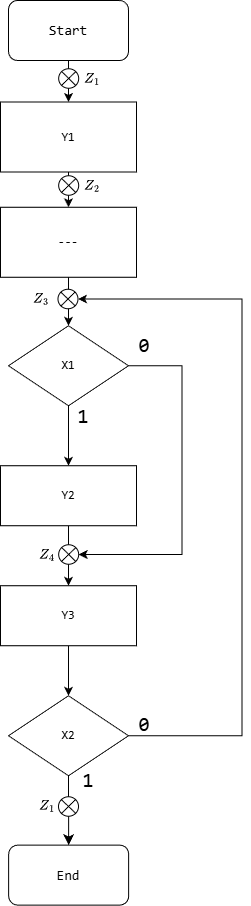
The draw.io diagram semestr4/CA1 (Computer Architecture Part 1)/labs/lab1/media/png files/alg2.png in davidchyk/university_roadmap, before a commit. Source tidied: cells renumbered, new cells last; positions are measured from the earlier drawing's top-left corner, leaving out a move shared by most shapes.
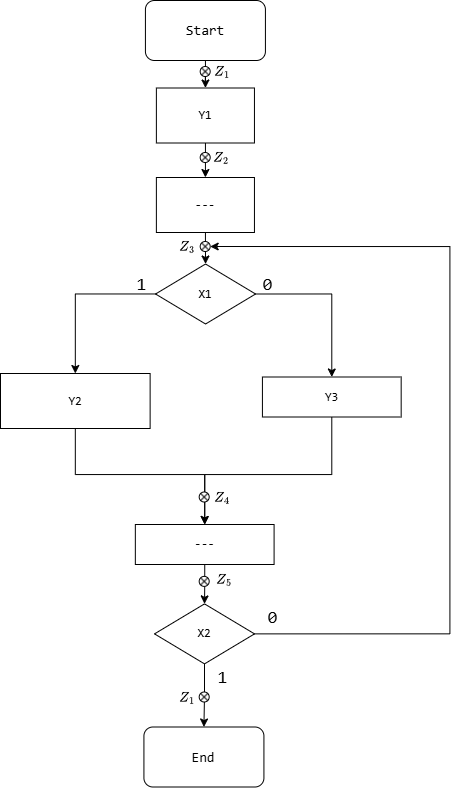
Above is the later version.

The edit, as a diff of the source:
```diff
@@ -2,115 +2,126 @@
   <root>
     <mxCell id="0" />
     <mxCell id="1" parent="0" />
-    <mxCell id="2" style="edgeStyle=orthogonalEdgeStyle;rounded=0;jettySize=auto;html=1;exitX=0.5;exitY=1;exitDx=0;exitDy=0;entryX=0.5;entryY=0;entryDx=0;entryDy=0;" parent="1" edge="1" source="21" target="4">
-      <mxGeometry relative="1" as="geometry" />
-    </mxCell>
-    <mxCell id="3" style="edgeStyle=orthogonalEdgeStyle;rounded=0;jettySize=auto;html=1;entryX=0.5;entryY=0;entryDx=0;entryDy=0;" parent="1" edge="1" source="4" target="24">
-      <mxGeometry relative="1" as="geometry" />
-    </mxCell>
+    <mxCell id="35" style="edgeStyle=orthogonalEdgeStyle;rounded=0;jettySize=auto;html=1;entryX=0.5;entryY=0;entryDx=0;entryDy=0;" parent="1" edge="1" source="4" target="44">
+      <mxGeometry relative="1" as="geometry" />
+    </mxCell>
     <mxCell id="4" value="&lt;font face=&quot;Consolas&quot;&gt;Y1&lt;/font&gt;" style="rounded=0;whiteSpace=wrap;html=1;" parent="1" vertex="1">
-      <mxGeometry y="101.5" width="136" height="70" as="geometry" />
+      <mxGeometry x="85.9" y="177.5" width="98.1" height="55" as="geometry" />
     </mxCell>
-    <mxCell id="5" style="edgeStyle=orthogonalEdgeStyle;rounded=0;jettySize=auto;html=1;exitX=0.5;exitY=1;exitDx=0;exitDy=0;entryX=0.5;entryY=0;entryDx=0;entryDy=0;" parent="1" edge="1" source="7" target="9">
+    <mxCell id="5" style="edgeStyle=orthogonalEdgeStyle;rounded=0;jettySize=auto;html=1;entryX=0.5;entryY=0;entryDx=0;entryDy=0;" parent="1" edge="1" source="7" target="9">
       <mxGeometry relative="1" as="geometry" />
     </mxCell>
-    <mxCell id="6" style="edgeStyle=orthogonalEdgeStyle;rounded=0;jettySize=auto;html=1;entryX=1;entryY=0.5;entryDx=0;entryDy=0;exitX=1;exitY=0.5;exitDx=0;exitDy=0;" parent="1" edge="1" source="7" target="28">
-      <mxGeometry relative="1" as="geometry">
-        <Array as="points">
-          <mxPoint x="181.5" y="365.2" />
-          <mxPoint x="181.5" y="554.2" />
-        </Array>
-      </mxGeometry>
-    </mxCell>
+    <mxCell id="36" style="edgeStyle=orthogonalEdgeStyle;rounded=0;jettySize=auto;html=1;exitX=1;exitY=0.5;exitDx=0;exitDy=0;entryX=0.5;entryY=0;entryDx=0;entryDy=0;" parent="1" edge="1" source="7" target="16">
+      <mxGeometry relative="1" as="geometry" />
+    </mxCell>
-    <mxCell id="7" value="&lt;font face=&quot;Consolas&quot;&gt;X1&lt;/font&gt;" style="rhombus;whiteSpace=wrap;html=1;" parent="1" vertex="1">
-      <mxGeometry x="8" y="325.2" width="120" height="80" as="geometry" />
+    <mxCell id="7" value="&lt;span style=&quot;font-family: Consolas;&quot;&gt;X1&lt;/span&gt;" style="rhombus;whiteSpace=wrap;html=1;" parent="1" vertex="1">
+      <mxGeometry x="85.1" y="353.5" width="100" height="60" as="geometry" />
     </mxCell>
-    <mxCell id="8" style="edgeStyle=orthogonalEdgeStyle;rounded=0;jettySize=auto;html=1;exitX=0.5;exitY=1;exitDx=0;exitDy=0;entryX=0.5;entryY=0;entryDx=0;entryDy=0;" parent="1" edge="1" source="9" target="16">
-      <mxGeometry relative="1" as="geometry" />
-    </mxCell>
+    <mxCell id="37" style="edgeStyle=orthogonalEdgeStyle;rounded=0;jettySize=auto;html=1;entryX=0.5;entryY=0;entryDx=0;entryDy=0;" parent="1" edge="1" source="9" target="46">
+      <mxGeometry relative="1" as="geometry">
+        <Array as="points">
+          <mxPoint x="4.4" y="564" />
+          <mxPoint x="134.4" y="564" />
+        </Array>
+      </mxGeometry>
+    </mxCell>
-    <mxCell id="9" value="&lt;div&gt;&lt;div&gt;&lt;font face=&quot;Consolas&quot;&gt;Y2&lt;/font&gt;&lt;/div&gt;&lt;/div&gt;" style="rounded=0;whiteSpace=wrap;html=1;" parent="1" vertex="1">
-      <mxGeometry y="465.2" width="136" height="60" as="geometry" />
+    <mxCell id="9" value="&lt;font face=&quot;Consolas&quot;&gt;Y2&lt;/font&gt;" style="rounded=0;whiteSpace=wrap;html=1;" parent="1" vertex="1">
+      <mxGeometry x="-70" y="463" width="149.6" height="55" as="geometry" />
     </mxCell>
-    <mxCell id="10" value="&lt;font face=&quot;Consolas&quot;&gt;0&lt;/font&gt;" style="text;html=1;strokeColor=none;fillColor=none;align=center;verticalAlign=middle;whiteSpace=wrap;rounded=0;fontSize=20;" parent="1" vertex="1">
-      <mxGeometry x="124" y="713.8" width="40" height="20" as="geometry" />
-    </mxCell>
-    <mxCell id="11" value="&lt;font face=&quot;Consolas&quot;&gt;1&lt;/font&gt;" style="text;html=1;strokeColor=none;fillColor=none;align=center;verticalAlign=middle;whiteSpace=wrap;rounded=0;fontSize=20;" parent="1" vertex="1">
-      <mxGeometry x="68.4" y="770" width="40" height="20" as="geometry" />
-    </mxCell>
-    <mxCell id="12" value="&lt;font face=&quot;Consolas&quot;&gt;0&lt;/font&gt;" style="text;html=1;strokeColor=none;fillColor=none;align=center;verticalAlign=middle;whiteSpace=wrap;rounded=0;fontSize=20;" parent="1" vertex="1">
-      <mxGeometry x="124" y="335.2" width="40" height="20" as="geometry" />
-    </mxCell>
-    <mxCell id="13" style="edgeStyle=orthogonalEdgeStyle;rounded=0;orthogonalLoop=1;jettySize=auto;html=1;exitX=0.5;exitY=1;exitDx=0;exitDy=0;fontSize=20;" parent="1" edge="1" source="11" target="11">
-      <mxGeometry relative="1" as="geometry" />
-    </mxCell>
-    <mxCell id="14" value="&lt;font face=&quot;Consolas&quot;&gt;1&lt;/font&gt;" style="text;html=1;strokeColor=none;fillColor=none;align=center;verticalAlign=middle;whiteSpace=wrap;rounded=0;fontSize=20;" parent="1" vertex="1">
-      <mxGeometry x="63" y="406.2" width="40" height="20" as="geometry" />
-    </mxCell>
-    <mxCell id="15" style="edgeStyle=orthogonalEdgeStyle;rounded=0;jettySize=auto;html=1;exitX=0.5;exitY=1;exitDx=0;exitDy=0;entryX=0.5;entryY=0;entryDx=0;entryDy=0;" parent="1" edge="1" source="16" target="19">
-      <mxGeometry relative="1" as="geometry" />
-    </mxCell>
-    <mxCell id="16" value="&lt;font face=&quot;Consolas&quot;&gt;Y3&lt;/font&gt;" style="rounded=0;whiteSpace=wrap;html=1;" parent="1" vertex="1">
-      <mxGeometry y="585.2" width="136" height="60" as="geometry" />
-    </mxCell>
-    <mxCell id="17" style="edgeStyle=none;curved=1;rounded=0;jettySize=auto;html=1;exitX=0.5;exitY=1;exitDx=0;exitDy=0;fontSize=12;startSize=8;endSize=8;entryX=0.5;entryY=0;entryDx=0;entryDy=0;" parent="1" edge="1" source="19" target="22">
+    <mxCell id="17" style="edgeStyle=orthogonalEdgeStyle;rounded=0;jettySize=auto;html=1;entryX=0.5;entryY=0;entryDx=0;entryDy=0;" parent="1" edge="1" source="19" target="22">
       <mxGeometry relative="1" as="geometry" />
     </mxCell>
-    <mxCell id="18" style="edgeStyle=orthogonalEdgeStyle;rounded=0;jettySize=auto;html=1;entryX=1;entryY=0.5;entryDx=0;entryDy=0;exitX=1;exitY=0.5;exitDx=0;exitDy=0;" parent="1" edge="1" source="19" target="27">
-      <mxGeometry relative="1" as="geometry">
-        <Array as="points">
-          <mxPoint x="241.5" y="735.2" />
-          <mxPoint x="241.5" y="298.2" />
-          <mxPoint x="77.5" y="298.2" />
-        </Array>
-      </mxGeometry>
-    </mxCell>
+    <mxCell id="38" style="edgeStyle=orthogonalEdgeStyle;rounded=0;jettySize=auto;html=1;entryX=1;entryY=0.5;entryDx=0;entryDy=0;exitX=1;exitY=0.5;exitDx=0;exitDy=0;" parent="1" edge="1" source="19" target="49">
+      <mxGeometry relative="1" as="geometry">
+        <Array as="points">
+          <mxPoint x="184.4" y="724" />
+          <mxPoint x="379.4" y="724" />
+          <mxPoint x="379.4" y="336" />
+        </Array>
+      </mxGeometry>
+    </mxCell>
     <mxCell id="19" value="&lt;font face=&quot;Consolas&quot;&gt;X2&lt;/font&gt;" style="rhombus;whiteSpace=wrap;html=1;" parent="1" vertex="1">
-      <mxGeometry x="8" y="695.2" width="120" height="80" as="geometry" />
+      <mxGeometry x="84" y="693.4" width="100" height="60" as="geometry" />
     </mxCell>
-    <mxCell id="20" style="edgeStyle=none;curved=1;rounded=0;orthogonalLoop=1;jettySize=auto;html=1;exitX=0.5;exitY=0;exitDx=0;exitDy=0;fontSize=12;startSize=8;endSize=8;" parent="1" edge="1" source="10" target="10">
-      <mxGeometry relative="1" as="geometry" />
-    </mxCell>
+    <mxCell id="39" value="&lt;font style=&quot;font-size: 18px;&quot; face=&quot;Consolas&quot;&gt;0&lt;/font&gt;" style="text;html=1;align=center;verticalAlign=middle;strokeColor=none;fillColor=none;" parent="1" vertex="1">
+      <mxGeometry x="187" y="687.4" width="30" height="40" as="geometry" />
+    </mxCell>
+    <mxCell id="40" value="&lt;font style=&quot;font-size: 18px;&quot; face=&quot;Consolas&quot;&gt;1&lt;/font&gt;" style="text;html=1;align=center;verticalAlign=middle;strokeColor=none;fillColor=none;" parent="1" vertex="1">
+      <mxGeometry x="137.4" y="746.5" width="30" height="40" as="geometry" />
+    </mxCell>
+    <mxCell id="41" value="&lt;font style=&quot;font-size: 18px;&quot; face=&quot;Consolas&quot;&gt;0&lt;/font&gt;" style="text;html=1;align=center;verticalAlign=middle;strokeColor=none;fillColor=none;" parent="1" vertex="1">
+      <mxGeometry x="182.2" y="353.5" width="30" height="40" as="geometry" />
+    </mxCell>
+    <mxCell id="42" value="&lt;font style=&quot;font-size: 18px;&quot; face=&quot;Consolas&quot;&gt;1&lt;/font&gt;" style="text;html=1;align=center;verticalAlign=middle;strokeColor=none;fillColor=none;" parent="1" vertex="1">
+      <mxGeometry x="55.9" y="353.5" width="30" height="40" as="geometry" />
+    </mxCell>
+    <mxCell id="2" style="edgeStyle=orthogonalEdgeStyle;rounded=0;jettySize=auto;html=1;entryX=0.5;entryY=0;entryDx=0;entryDy=0;" parent="1" edge="1" source="21" target="4">
+      <mxGeometry relative="1" as="geometry" />
+    </mxCell>
     <mxCell id="21" value="&lt;span style=&quot;font-size: 14px;&quot;&gt;&lt;font face=&quot;Consolas&quot;&gt;Start&lt;/font&gt;&lt;/span&gt;" style="rounded=1;whiteSpace=wrap;html=1;" parent="1" vertex="1">
-      <mxGeometry x="8" width="120" height="60" as="geometry" />
+      <mxGeometry x="74.9" y="90" width="120" height="60" as="geometry" />
     </mxCell>
     <mxCell id="22" value="&lt;span style=&quot;font-size: 14px;&quot;&gt;&lt;font face=&quot;Consolas&quot;&gt;End&lt;/font&gt;&lt;/span&gt;" style="rounded=1;whiteSpace=wrap;html=1;" parent="1" vertex="1">
-      <mxGeometry x="8.2" y="844.6" width="120" height="60" as="geometry" />
+      <mxGeometry x="73.4" y="816.5" width="120" height="60" as="geometry" />
     </mxCell>
-    <mxCell id="23" style="edgeStyle=orthogonalEdgeStyle;rounded=0;jettySize=auto;html=1;entryX=0.5;entryY=0;entryDx=0;entryDy=0;" parent="1" edge="1" source="24" target="7">
-      <mxGeometry relative="1" as="geometry" />
-    </mxCell>
-    <mxCell id="24" value="&lt;font face=&quot;Consolas&quot;&gt;---&lt;/font&gt;" style="rounded=0;whiteSpace=wrap;html=1;" parent="1" vertex="1">
-      <mxGeometry y="206.7" width="136" height="70" as="geometry" />
-    </mxCell>
-    <mxCell id="25" style="shape=sumEllipse;perimeter=ellipsePerimeter;whiteSpace=wrap;html=1;backgroundOutline=1;" parent="1" vertex="1">
-      <mxGeometry x="58.2" y="68.2" width="20" height="19.5" as="geometry" />
-    </mxCell>
-    <mxCell id="26" style="shape=sumEllipse;perimeter=ellipsePerimeter;whiteSpace=wrap;html=1;backgroundOutline=1;" parent="1" vertex="1">
-      <mxGeometry x="58.2" y="175.2" width="20" height="19.5" as="geometry" />
-    </mxCell>
-    <mxCell id="27" style="shape=sumEllipse;perimeter=ellipsePerimeter;whiteSpace=wrap;html=1;backgroundOutline=1;" parent="1" vertex="1">
-      <mxGeometry x="57.5" y="288.8" width="20" height="19.5" as="geometry" />
-    </mxCell>
-    <mxCell id="28" style="shape=sumEllipse;perimeter=ellipsePerimeter;whiteSpace=wrap;html=1;backgroundOutline=1;" parent="1" vertex="1">
-      <mxGeometry x="58.2" y="544.2" width="20" height="19.5" as="geometry" />
-    </mxCell>
-    <mxCell id="29" style="shape=sumEllipse;perimeter=ellipsePerimeter;whiteSpace=wrap;html=1;backgroundOutline=1;" parent="1" vertex="1">
-      <mxGeometry x="58" y="796.2" width="20" height="19.5" as="geometry" />
-    </mxCell>
-    <mxCell id="30" value="$$Z_1$$" style="text;html=1;whiteSpace=wrap;strokeColor=none;fillColor=none;align=center;verticalAlign=middle;rounded=0;" parent="1" vertex="1">
-      <mxGeometry x="62.4" y="63.2" width="60" height="30" as="geometry" />
-    </mxCell>
+    <mxCell id="16" value="&lt;font face=&quot;Consolas&quot;&gt;Y3&lt;/font&gt;" style="rounded=0;whiteSpace=wrap;html=1;" parent="1" vertex="1">
+      <mxGeometry x="191.9" y="466.5" width="138.8" height="40" as="geometry" />
+    </mxCell>
+    <mxCell id="43" style="edgeStyle=orthogonalEdgeStyle;rounded=0;jettySize=auto;html=1;entryX=0.5;entryY=0;entryDx=0;entryDy=0;" parent="1" edge="1" source="44" target="7">
+      <mxGeometry relative="1" as="geometry" />
+    </mxCell>
+    <mxCell id="44" value="&lt;font face=&quot;Consolas&quot;&gt;---&lt;/font&gt;" style="rounded=0;whiteSpace=wrap;html=1;" parent="1" vertex="1">
+      <mxGeometry x="85.9" y="267" width="98.1" height="55" as="geometry" />
+    </mxCell>
+    <mxCell id="45" style="edgeStyle=orthogonalEdgeStyle;rounded=0;jettySize=auto;html=1;entryX=0.5;entryY=0;entryDx=0;entryDy=0;" parent="1" edge="1" source="46" target="19">
+      <mxGeometry relative="1" as="geometry" />
+    </mxCell>
+    <mxCell id="46" value="&lt;font face=&quot;Consolas&quot;&gt;---&lt;/font&gt;" style="rounded=0;whiteSpace=wrap;html=1;" parent="1" vertex="1">
+      <mxGeometry x="64.8" y="614" width="138.8" height="40" as="geometry" />
+    </mxCell>
+    <mxCell id="47" style="shape=sumEllipse;perimeter=ellipsePerimeter;whiteSpace=wrap;html=1;backgroundOutline=1;" parent="1" vertex="1">
+      <mxGeometry x="129.7" y="156" width="10" height="10" as="geometry" />
+    </mxCell>
+    <mxCell id="48" style="shape=sumEllipse;perimeter=ellipsePerimeter;whiteSpace=wrap;html=1;backgroundOutline=1;" parent="1" vertex="1">
+      <mxGeometry x="129.7" y="242" width="10" height="10" as="geometry" />
+    </mxCell>
+    <mxCell id="49" style="shape=sumEllipse;perimeter=ellipsePerimeter;whiteSpace=wrap;html=1;backgroundOutline=1;" parent="1" vertex="1">
+      <mxGeometry x="129.7" y="331" width="10" height="10" as="geometry" />
+    </mxCell>
+    <mxCell id="50" style="edgeStyle=orthogonalEdgeStyle;rounded=0;jettySize=auto;html=1;entryX=0.5;entryY=0;entryDx=0;entryDy=0;" parent="1" edge="1" source="16" target="46">
+      <mxGeometry relative="1" as="geometry">
+        <Array as="points">
+          <mxPoint x="261.4" y="564" />
+          <mxPoint x="134.4" y="564" />
+        </Array>
+      </mxGeometry>
+    </mxCell>
+    <mxCell id="51" style="shape=sumEllipse;perimeter=ellipsePerimeter;whiteSpace=wrap;html=1;backgroundOutline=1;" parent="1" vertex="1">
+      <mxGeometry x="128.7" y="581.5" width="10" height="10" as="geometry" />
+    </mxCell>
+    <mxCell id="52" style="shape=sumEllipse;perimeter=ellipsePerimeter;whiteSpace=wrap;html=1;backgroundOutline=1;" parent="1" vertex="1">
+      <mxGeometry x="128.7" y="665.9" width="10" height="10" as="geometry" />
+    </mxCell>
+    <mxCell id="53" style="shape=sumEllipse;perimeter=ellipsePerimeter;whiteSpace=wrap;html=1;backgroundOutline=1;" parent="1" vertex="1">
+      <mxGeometry x="128.7" y="781.5" width="10" height="10" as="geometry" />
+    </mxCell>
+    <mxCell id="54" value="$$Z_1$$" style="text;html=1;whiteSpace=wrap;strokeColor=none;fillColor=none;align=center;verticalAlign=middle;rounded=0;" parent="1" vertex="1">
+      <mxGeometry x="122.4" y="146" width="60" height="30" as="geometry" />
+    </mxCell>
     <mxCell id="31" value="$$Z_2$$" style="text;html=1;whiteSpace=wrap;strokeColor=none;fillColor=none;align=center;verticalAlign=middle;rounded=0;" parent="1" vertex="1">
-      <mxGeometry x="62.4" y="170" width="60" height="30" as="geometry" />
+      <mxGeometry x="121.4" y="231.5" width="60" height="30" as="geometry" />
     </mxCell>
     <mxCell id="32" value="$$Z_3$$" style="text;html=1;whiteSpace=wrap;strokeColor=none;fillColor=none;align=center;verticalAlign=middle;rounded=0;" parent="1" vertex="1">
-      <mxGeometry x="11.4" y="283.4" width="60" height="30" as="geometry" />
+      <mxGeometry x="86.6" y="321" width="60" height="30" as="geometry" />
     </mxCell>
     <mxCell id="33" value="$$Z_4$$" style="text;html=1;whiteSpace=wrap;strokeColor=none;fillColor=none;align=center;verticalAlign=middle;rounded=0;" parent="1" vertex="1">
-      <mxGeometry x="17" y="539" width="60" height="30" as="geometry" />
+      <mxGeometry x="122.2" y="571.5" width="60" height="30" as="geometry" />
     </mxCell>
-    <mxCell id="34" value="$$Z_1$$" style="text;html=1;whiteSpace=wrap;strokeColor=none;fillColor=none;align=center;verticalAlign=middle;rounded=0;" parent="1" vertex="1">
-      <mxGeometry x="17.5" y="790" width="60" height="30" as="geometry" />
-    </mxCell>
+    <mxCell id="55" value="$$Z_5$$" style="text;html=1;whiteSpace=wrap;strokeColor=none;fillColor=none;align=center;verticalAlign=middle;rounded=0;" parent="1" vertex="1">
+      <mxGeometry x="123.6" y="654" width="60" height="30" as="geometry" />
+    </mxCell>
+    <mxCell id="56" value="$$Z_1$$" style="text;html=1;whiteSpace=wrap;strokeColor=none;fillColor=none;align=center;verticalAlign=middle;rounded=0;" parent="1" vertex="1">
+      <mxGeometry x="87.4" y="771.5" width="60" height="30" as="geometry" />
+    </mxCell>
   </root>
 </mxGraphModel>
```
